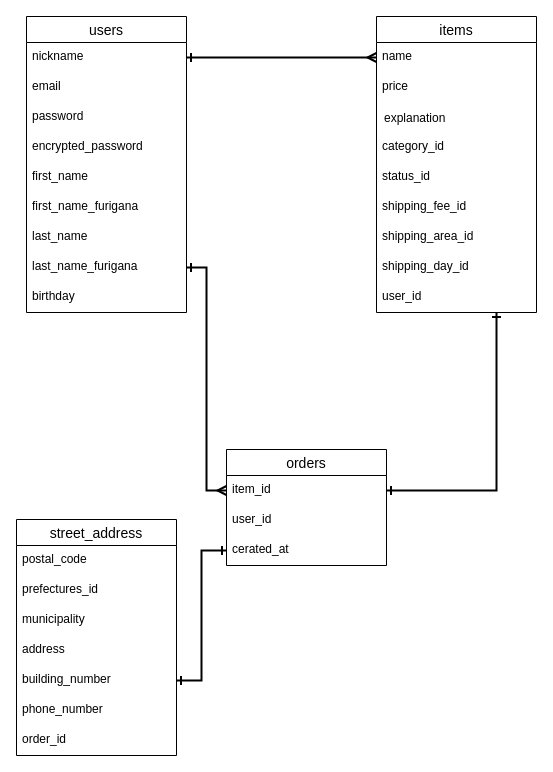
Before: app/ER.dio in tatsunori-koharu/furima-31710, a draw.io diagram. Source tidied: cells renumbered, new cells numbered last; positions are measured from the earlier drawing's top-left corner, leaving out a move shared by most shapes. Both pictures are drawn from the tidied source at 100%, with x=0, y=0 at pixel (16, 16).
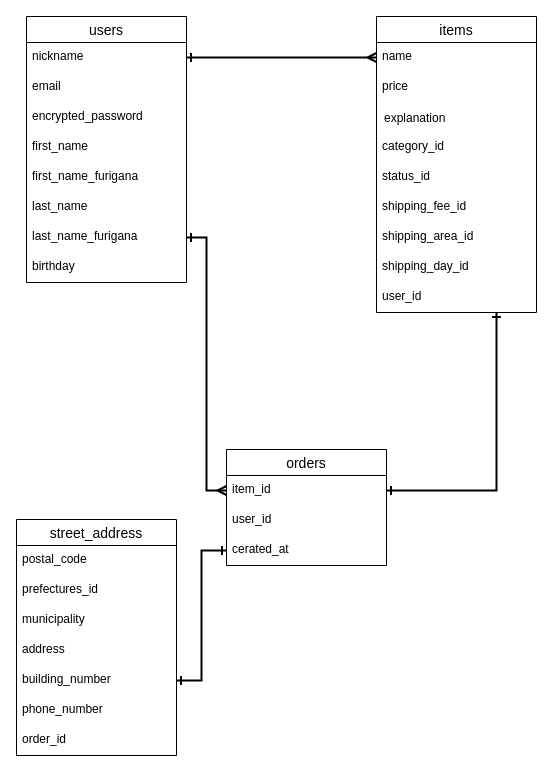
The same diagram, later.

Commit message (it also covers changes not shown here):
ER図及びREADME修正４回目

Diff of the diagram source:
```diff
@@
     <mxCell id="2" value="users" style="swimlane;fontStyle=0;horizontal=1;startSize=26;align=center;fontSize=14;" parent="1" vertex="1">
-      <mxGeometry x="10" width="160" height="296" as="geometry" />
+      <mxGeometry x="10" width="160" height="266" as="geometry" />
     </mxCell>
@@
-    <mxCell id="5" value="password" style="text;strokeColor=none;fillColor=none;spacingLeft=4;spacingRight=4;overflow=hidden;fontSize=12;" parent="2" vertex="1">
-      <mxGeometry y="86" width="160" height="30" as="geometry" />
-    </mxCell>
     <mxCell id="6" value="encrypted_password" style="text;strokeColor=none;fillColor=none;spacingLeft=4;spacingRight=4;overflow=hidden;fontSize=12;" parent="2" vertex="1">
-      <mxGeometry y="116" width="160" height="30" as="geometry" />
+      <mxGeometry y="86" width="160" height="30" as="geometry" />
     </mxCell>
     <mxCell id="7" value="first_name" style="text;strokeColor=none;fillColor=none;spacingLeft=4;spacingRight=4;overflow=hidden;fontSize=12;" parent="2" vertex="1">
-      <mxGeometry y="146" width="160" height="30" as="geometry" />
+      <mxGeometry y="116" width="160" height="30" as="geometry" />
     </mxCell>
     <mxCell id="8" value="first_name_furigana" style="text;strokeColor=none;fillColor=none;spacingLeft=4;spacingRight=4;overflow=hidden;fontSize=12;" parent="2" vertex="1">
-      <mxGeometry y="176" width="160" height="30" as="geometry" />
+      <mxGeometry y="146" width="160" height="30" as="geometry" />
     </mxCell>
     <mxCell id="9" value="last_name" style="text;strokeColor=none;fillColor=none;spacingLeft=4;spacingRight=4;overflow=hidden;fontSize=12;" parent="2" vertex="1">
-      <mxGeometry y="206" width="160" height="30" as="geometry" />
+      <mxGeometry y="176" width="160" height="30" as="geometry" />
     </mxCell>
     <mxCell id="10" value="last_name_furigana" style="text;strokeColor=none;fillColor=none;spacingLeft=4;spacingRight=4;overflow=hidden;points=[[0,0.5],[1,0.5]];portConstraint=eastwest;fontSize=12;" parent="2" vertex="1">
-      <mxGeometry y="236" width="160" height="30" as="geometry" />
+      <mxGeometry y="206" width="160" height="30" as="geometry" />
     </mxCell>
     <mxCell id="11" value="birthday" style="text;strokeColor=none;fillColor=none;spacingLeft=4;spacingRight=4;overflow=hidden;fontSize=12;" parent="2" vertex="1">
-      <mxGeometry y="266" width="160" height="30" as="geometry" />
+      <mxGeometry y="236" width="160" height="30" as="geometry" />
     </mxCell>
```
